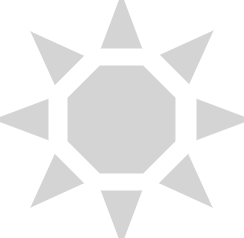
The draw.io diagram src/components/active/activeComponent/Navbar/image/sunIcon.png in LuCC-que/CISC325-Project, before a commit. Source tidied: cells renumbered, new cells last; positions are measured from the earlier drawing's top-left corner, leaving out a move shared by most shapes. The source it was exported from:
```xml
<mxGraphModel>
  <root>
    <mxCell id="0" />
    <mxCell id="1" parent="0" />
    <mxCell id="2" style="whiteSpace=wrap;html=1;shape=mxgraph.basic.octagon2;align=center;verticalAlign=middle;dx=15;strokeWidth=8;fillColor=#D4D4D4;strokeColor=#D4D4D4;" parent="1" vertex="1">
      <mxGeometry x="67" y="60" width="100" height="100" as="geometry" />
    </mxCell>
    <mxCell id="3" style="triangle;whiteSpace=wrap;html=1;strokeWidth=8;fillColor=#D4D4D4;rotation=-90;strokeColor=#D4D4D4;" parent="1" vertex="1">
      <mxGeometry x="97" width="40" height="30" as="geometry" />
    </mxCell>
    <mxCell id="4" style="triangle;whiteSpace=wrap;html=1;strokeWidth=8;fillColor=#D4D4D4;rotation=-45;strokeColor=#D4D4D4;" parent="1" vertex="1">
      <mxGeometry x="167" y="28" width="40" height="30" as="geometry" />
    </mxCell>
    <mxCell id="5" style="triangle;whiteSpace=wrap;html=1;strokeWidth=8;fillColor=#D4D4D4;rotation=0;strokeColor=#D4D4D4;" parent="1" vertex="1">
      <mxGeometry x="196" y="95" width="40" height="30" as="geometry" />
    </mxCell>
    <mxCell id="6" style="triangle;whiteSpace=wrap;html=1;strokeWidth=8;fillColor=#D4D4D4;rotation=45;strokeColor=#D4D4D4;" parent="1" vertex="1">
      <mxGeometry x="166" y="161" width="40" height="30" as="geometry" />
    </mxCell>
    <mxCell id="7" style="triangle;whiteSpace=wrap;html=1;strokeWidth=8;fillColor=#D4D4D4;rotation=90;strokeColor=#D4D4D4;" parent="1" vertex="1">
      <mxGeometry x="97" y="190" width="40" height="30" as="geometry" />
    </mxCell>
    <mxCell id="8" style="triangle;whiteSpace=wrap;html=1;strokeWidth=8;fillColor=#D4D4D4;rotation=-225;strokeColor=#D4D4D4;" parent="1" vertex="1">
      <mxGeometry x="28" y="161" width="40" height="30" as="geometry" />
    </mxCell>
    <mxCell id="9" style="triangle;whiteSpace=wrap;html=1;strokeWidth=8;fillColor=#D4D4D4;rotation=-135;strokeColor=#D4D4D4;" parent="1" vertex="1">
      <mxGeometry x="28" y="29" width="40" height="30" as="geometry" />
    </mxCell>
    <mxCell id="10" style="triangle;whiteSpace=wrap;html=1;strokeWidth=8;fillColor=#D4D4D4;rotation=-180;strokeColor=#D4D4D4;" parent="1" vertex="1">
      <mxGeometry y="95" width="40" height="30" as="geometry" />
    </mxCell>
  </root>
</mxGraphModel>
```
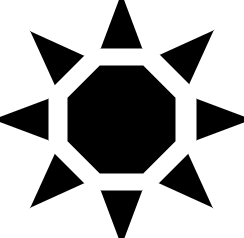
Above is the later version.

The edit, as a diff of the source:
```diff
@@ -2,31 +2,31 @@
   <root>
     <mxCell id="0" />
     <mxCell id="1" parent="0" />
-    <mxCell id="2" style="whiteSpace=wrap;html=1;shape=mxgraph.basic.octagon2;align=center;verticalAlign=middle;dx=15;strokeWidth=8;fillColor=#D4D4D4;strokeColor=#D4D4D4;" parent="1" vertex="1">
+    <mxCell id="2" style="whiteSpace=wrap;html=1;shape=mxgraph.basic.octagon2;align=center;verticalAlign=middle;dx=15;strokeWidth=8;fillColor=#000000;strokeColor=#000000;" parent="1" vertex="1">
       <mxGeometry x="67" y="60" width="100" height="100" as="geometry" />
     </mxCell>
-    <mxCell id="3" style="triangle;whiteSpace=wrap;html=1;strokeWidth=8;fillColor=#D4D4D4;rotation=-90;strokeColor=#D4D4D4;" parent="1" vertex="1">
+    <mxCell id="3" style="triangle;whiteSpace=wrap;html=1;strokeWidth=8;fillColor=#000000;rotation=-90;strokeColor=#000000;" parent="1" vertex="1">
       <mxGeometry x="97" width="40" height="30" as="geometry" />
     </mxCell>
-    <mxCell id="4" style="triangle;whiteSpace=wrap;html=1;strokeWidth=8;fillColor=#D4D4D4;rotation=-45;strokeColor=#D4D4D4;" parent="1" vertex="1">
+    <mxCell id="4" style="triangle;whiteSpace=wrap;html=1;strokeWidth=8;fillColor=#000000;rotation=-45;strokeColor=#000000;" parent="1" vertex="1">
       <mxGeometry x="167" y="28" width="40" height="30" as="geometry" />
     </mxCell>
-    <mxCell id="5" style="triangle;whiteSpace=wrap;html=1;strokeWidth=8;fillColor=#D4D4D4;rotation=0;strokeColor=#D4D4D4;" parent="1" vertex="1">
+    <mxCell id="5" style="triangle;whiteSpace=wrap;html=1;strokeWidth=8;fillColor=#000000;rotation=0;strokeColor=#000000;" parent="1" vertex="1">
       <mxGeometry x="196" y="95" width="40" height="30" as="geometry" />
     </mxCell>
-    <mxCell id="6" style="triangle;whiteSpace=wrap;html=1;strokeWidth=8;fillColor=#D4D4D4;rotation=45;strokeColor=#D4D4D4;" parent="1" vertex="1">
+    <mxCell id="6" style="triangle;whiteSpace=wrap;html=1;strokeWidth=8;fillColor=#000000;rotation=45;strokeColor=#000000;" parent="1" vertex="1">
       <mxGeometry x="166" y="161" width="40" height="30" as="geometry" />
     </mxCell>
-    <mxCell id="7" style="triangle;whiteSpace=wrap;html=1;strokeWidth=8;fillColor=#D4D4D4;rotation=90;strokeColor=#D4D4D4;" parent="1" vertex="1">
+    <mxCell id="7" style="triangle;whiteSpace=wrap;html=1;strokeWidth=8;fillColor=#000000;rotation=90;strokeColor=#000000;" parent="1" vertex="1">
       <mxGeometry x="97" y="190" width="40" height="30" as="geometry" />
     </mxCell>
-    <mxCell id="8" style="triangle;whiteSpace=wrap;html=1;strokeWidth=8;fillColor=#D4D4D4;rotation=-225;strokeColor=#D4D4D4;" parent="1" vertex="1">
+    <mxCell id="8" style="triangle;whiteSpace=wrap;html=1;strokeWidth=8;fillColor=#000000;rotation=-225;strokeColor=#000000;" parent="1" vertex="1">
       <mxGeometry x="28" y="161" width="40" height="30" as="geometry" />
     </mxCell>
-    <mxCell id="9" style="triangle;whiteSpace=wrap;html=1;strokeWidth=8;fillColor=#D4D4D4;rotation=-135;strokeColor=#D4D4D4;" parent="1" vertex="1">
+    <mxCell id="9" style="triangle;whiteSpace=wrap;html=1;strokeWidth=8;fillColor=#000000;rotation=-135;strokeColor=#000000;" parent="1" vertex="1">
       <mxGeometry x="28" y="29" width="40" height="30" as="geometry" />
     </mxCell>
-    <mxCell id="10" style="triangle;whiteSpace=wrap;html=1;strokeWidth=8;fillColor=#D4D4D4;rotation=-180;strokeColor=#D4D4D4;" parent="1" vertex="1">
+    <mxCell id="10" style="triangle;whiteSpace=wrap;html=1;strokeWidth=8;fillColor=#000000;rotation=-180;strokeColor=#000000;" parent="1" vertex="1">
       <mxGeometry y="95" width="40" height="30" as="geometry" />
     </mxCell>
   </root>
```
